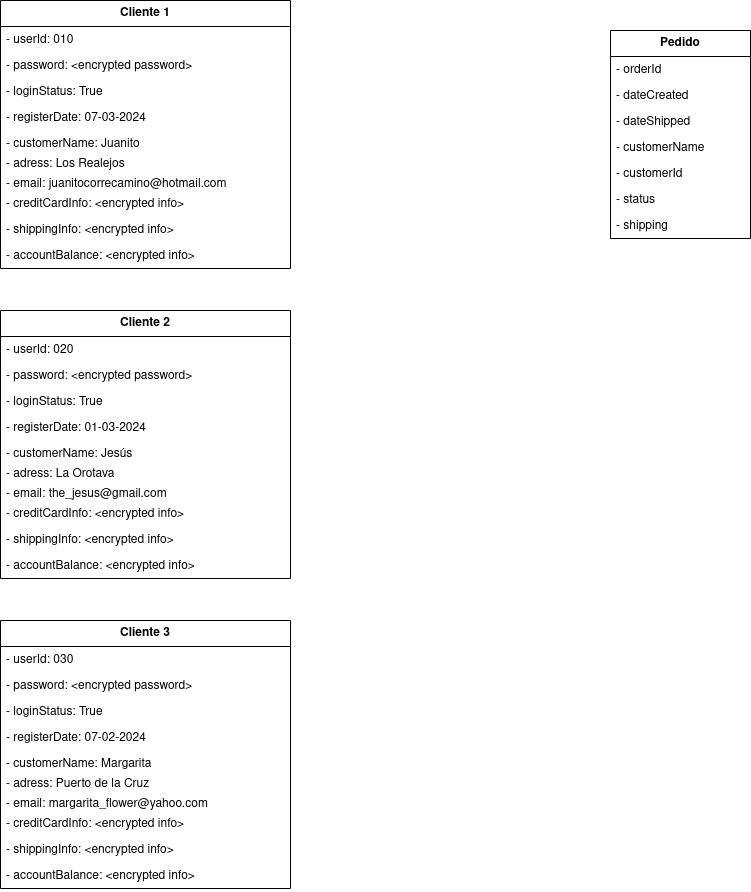
JesusLugo2002/ETS keeps this draw.io diagram as diagramas_objetos/modelo02/diagrama-objetos-modelo02.drawio.png. Above is the earlier version. Source tidied: cells renumbered, new cells last; positions are measured from the earlier drawing's top-left corner, leaving out a move shared by most shapes.
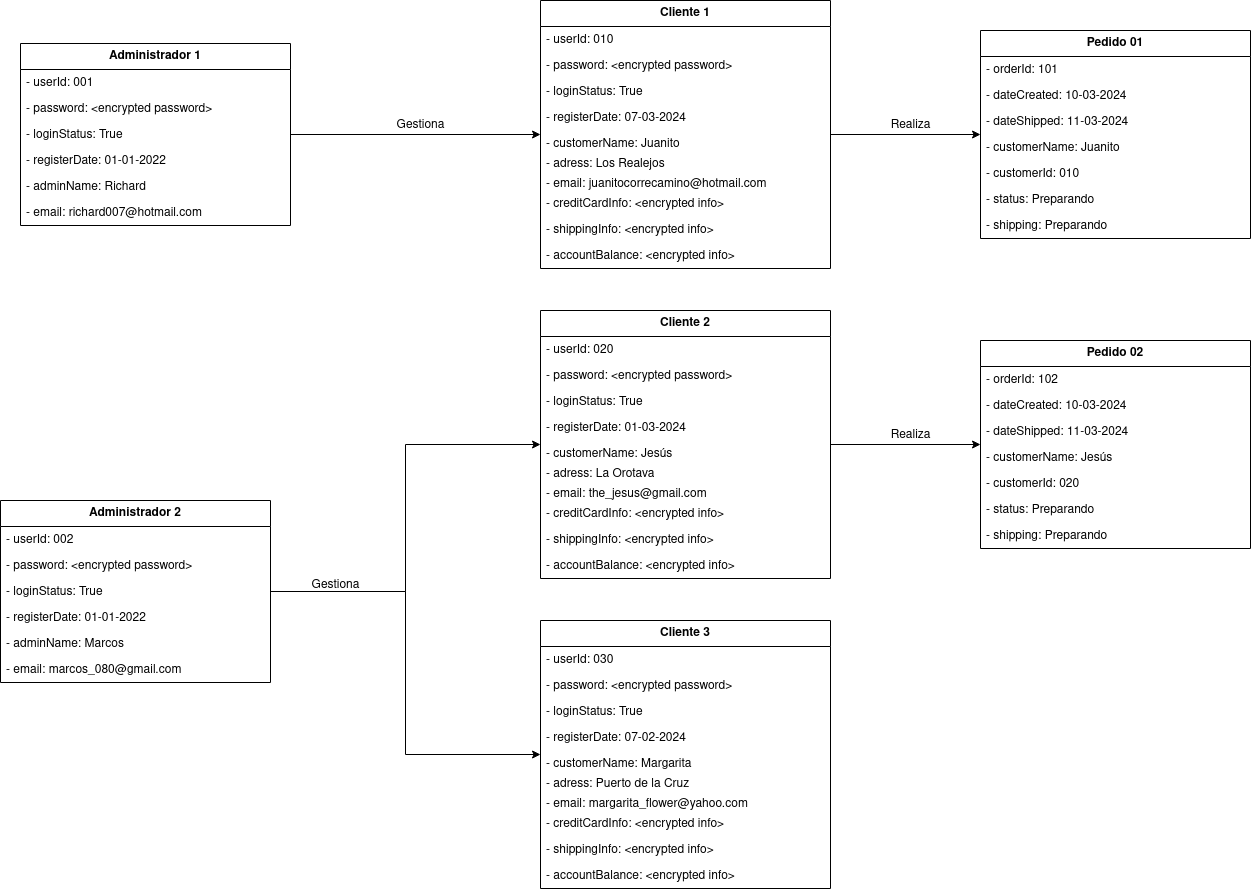
After the commit.

Diff of the diagram source:
```diff
@@ -2,6 +2,9 @@
   <root>
     <mxCell id="0" />
     <mxCell id="1" parent="0" />
+    <mxCell id="43" style="edgeStyle=orthogonalEdgeStyle;rounded=0;jettySize=auto;html=1;" parent="1" edge="1" source="2" target="13">
+      <mxGeometry relative="1" as="geometry" />
+    </mxCell>
     <mxCell id="2" value="&lt;b&gt;Cliente&lt;/b&gt; &lt;b&gt;1&lt;/b&gt;" style="swimlane;fontStyle=0;horizontal=1;startSize=26;fillColor=none;whiteSpace=wrap;html=1;" parent="1" vertex="1">
       <mxGeometry width="290" height="268" as="geometry" />
     </mxCell>
@@ -35,30 +38,33 @@
     <mxCell id="12" value="- accountBalance: &amp;lt;encrypted info&amp;gt;" style="text;strokeColor=none;fillColor=none;align=left;verticalAlign=top;spacingLeft=4;spacingRight=4;overflow=hidden;whiteSpace=wrap;html=1;" parent="2" vertex="1">
       <mxGeometry y="242" width="290" height="26" as="geometry" />
     </mxCell>
-    <mxCell id="13" value="&lt;b&gt;Pedido&lt;/b&gt;" style="swimlane;fontStyle=0;horizontal=1;startSize=26;fillColor=none;whiteSpace=wrap;html=1;" parent="1" vertex="1">
-      <mxGeometry x="610" y="30" width="140" height="208" as="geometry" />
+    <mxCell id="13" value="&lt;b&gt;Pedido&lt;/b&gt; &lt;b&gt;01&lt;/b&gt;" style="swimlane;fontStyle=0;horizontal=1;startSize=26;fillColor=none;whiteSpace=wrap;html=1;" parent="1" vertex="1">
+      <mxGeometry x="440" y="30" width="270" height="208" as="geometry" />
     </mxCell>
-    <mxCell id="14" value="- orderId" style="text;strokeColor=none;fillColor=none;align=left;verticalAlign=top;spacingLeft=4;spacingRight=4;overflow=hidden;whiteSpace=wrap;html=1;" parent="13" vertex="1">
-      <mxGeometry y="26" width="140" height="26" as="geometry" />
+    <mxCell id="14" value="- orderId: 101" style="text;strokeColor=none;fillColor=none;align=left;verticalAlign=top;spacingLeft=4;spacingRight=4;overflow=hidden;whiteSpace=wrap;html=1;" parent="13" vertex="1">
+      <mxGeometry y="26" width="270" height="26" as="geometry" />
     </mxCell>
-    <mxCell id="15" value="- dateCreated" style="text;strokeColor=none;fillColor=none;align=left;verticalAlign=top;spacingLeft=4;spacingRight=4;overflow=hidden;whiteSpace=wrap;html=1;" parent="13" vertex="1">
-      <mxGeometry y="52" width="140" height="26" as="geometry" />
+    <mxCell id="15" value="- dateCreated: 10-03-2024" style="text;strokeColor=none;fillColor=none;align=left;verticalAlign=top;spacingLeft=4;spacingRight=4;overflow=hidden;whiteSpace=wrap;html=1;" parent="13" vertex="1">
+      <mxGeometry y="52" width="270" height="26" as="geometry" />
     </mxCell>
-    <mxCell id="16" value="- dateShipped" style="text;strokeColor=none;fillColor=none;align=left;verticalAlign=top;spacingLeft=4;spacingRight=4;overflow=hidden;whiteSpace=wrap;html=1;" parent="13" vertex="1">
-      <mxGeometry y="78" width="140" height="26" as="geometry" />
+    <mxCell id="16" value="- dateShipped: 11-03-2024" style="text;strokeColor=none;fillColor=none;align=left;verticalAlign=top;spacingLeft=4;spacingRight=4;overflow=hidden;whiteSpace=wrap;html=1;" parent="13" vertex="1">
+      <mxGeometry y="78" width="270" height="26" as="geometry" />
     </mxCell>
-    <mxCell id="17" value="- customerName" style="text;strokeColor=none;fillColor=none;align=left;verticalAlign=top;spacingLeft=4;spacingRight=4;overflow=hidden;whiteSpace=wrap;html=1;" parent="13" vertex="1">
-      <mxGeometry y="104" width="140" height="26" as="geometry" />
+    <mxCell id="17" value="- customerName: Juanito" style="text;strokeColor=none;fillColor=none;align=left;verticalAlign=top;spacingLeft=4;spacingRight=4;overflow=hidden;whiteSpace=wrap;html=1;" parent="13" vertex="1">
+      <mxGeometry y="104" width="270" height="26" as="geometry" />
     </mxCell>
-    <mxCell id="18" value="- customerId" style="text;strokeColor=none;fillColor=none;align=left;verticalAlign=top;spacingLeft=4;spacingRight=4;overflow=hidden;whiteSpace=wrap;html=1;" parent="13" vertex="1">
-      <mxGeometry y="130" width="140" height="26" as="geometry" />
+    <mxCell id="18" value="- customerId: 010" style="text;strokeColor=none;fillColor=none;align=left;verticalAlign=top;spacingLeft=4;spacingRight=4;overflow=hidden;whiteSpace=wrap;html=1;" parent="13" vertex="1">
+      <mxGeometry y="130" width="270" height="26" as="geometry" />
     </mxCell>
-    <mxCell id="19" value="- status" style="text;strokeColor=none;fillColor=none;align=left;verticalAlign=top;spacingLeft=4;spacingRight=4;overflow=hidden;whiteSpace=wrap;html=1;" parent="13" vertex="1">
-      <mxGeometry y="156" width="140" height="26" as="geometry" />
+    <mxCell id="19" value="- status: Preparando" style="text;strokeColor=none;fillColor=none;align=left;verticalAlign=top;spacingLeft=4;spacingRight=4;overflow=hidden;whiteSpace=wrap;html=1;" parent="13" vertex="1">
+      <mxGeometry y="156" width="270" height="26" as="geometry" />
     </mxCell>
-    <mxCell id="20" value="- shipping" style="text;strokeColor=none;fillColor=none;align=left;verticalAlign=top;spacingLeft=4;spacingRight=4;overflow=hidden;whiteSpace=wrap;html=1;" parent="13" vertex="1">
-      <mxGeometry y="182" width="140" height="26" as="geometry" />
+    <mxCell id="20" value="- shipping: Preparando" style="text;strokeColor=none;fillColor=none;align=left;verticalAlign=top;spacingLeft=4;spacingRight=4;overflow=hidden;whiteSpace=wrap;html=1;" parent="13" vertex="1">
+      <mxGeometry y="182" width="270" height="26" as="geometry" />
     </mxCell>
+    <mxCell id="44" style="edgeStyle=orthogonalEdgeStyle;rounded=0;jettySize=auto;html=1;" parent="1" edge="1" source="21" target="45">
+      <mxGeometry relative="1" as="geometry" />
+    </mxCell>
     <mxCell id="21" value="&lt;b&gt;Cliente&lt;/b&gt; &lt;b&gt;2&lt;/b&gt;" style="swimlane;fontStyle=0;horizontal=1;startSize=26;fillColor=none;whiteSpace=wrap;html=1;" parent="1" vertex="1">
       <mxGeometry y="310" width="290" height="268" as="geometry" />
     </mxCell>
@@ -125,5 +131,92 @@
     <mxCell id="42" value="- accountBalance: &amp;lt;encrypted info&amp;gt;" style="text;strokeColor=none;fillColor=none;align=left;verticalAlign=top;spacingLeft=4;spacingRight=4;overflow=hidden;whiteSpace=wrap;html=1;" parent="32" vertex="1">
       <mxGeometry y="242" width="290" height="26" as="geometry" />
     </mxCell>
+    <mxCell id="45" value="&lt;b&gt;Pedido&lt;/b&gt; &lt;b&gt;02&lt;/b&gt;" style="swimlane;fontStyle=0;horizontal=1;startSize=26;fillColor=none;whiteSpace=wrap;html=1;" parent="1" vertex="1">
+      <mxGeometry x="440" y="340" width="270" height="208" as="geometry" />
+    </mxCell>
+    <mxCell id="46" value="- orderId: 102" style="text;strokeColor=none;fillColor=none;align=left;verticalAlign=top;spacingLeft=4;spacingRight=4;overflow=hidden;whiteSpace=wrap;html=1;" parent="45" vertex="1">
+      <mxGeometry y="26" width="270" height="26" as="geometry" />
+    </mxCell>
+    <mxCell id="47" value="- dateCreated: 10-03-2024" style="text;strokeColor=none;fillColor=none;align=left;verticalAlign=top;spacingLeft=4;spacingRight=4;overflow=hidden;whiteSpace=wrap;html=1;" parent="45" vertex="1">
+      <mxGeometry y="52" width="270" height="26" as="geometry" />
+    </mxCell>
+    <mxCell id="48" value="- dateShipped: 11-03-2024" style="text;strokeColor=none;fillColor=none;align=left;verticalAlign=top;spacingLeft=4;spacingRight=4;overflow=hidden;whiteSpace=wrap;html=1;" parent="45" vertex="1">
+      <mxGeometry y="78" width="270" height="26" as="geometry" />
+    </mxCell>
+    <mxCell id="49" value="- customerName: Jesús" style="text;strokeColor=none;fillColor=none;align=left;verticalAlign=top;spacingLeft=4;spacingRight=4;overflow=hidden;whiteSpace=wrap;html=1;" parent="45" vertex="1">
+      <mxGeometry y="104" width="270" height="26" as="geometry" />
+    </mxCell>
+    <mxCell id="50" value="- customerId: 020" style="text;strokeColor=none;fillColor=none;align=left;verticalAlign=top;spacingLeft=4;spacingRight=4;overflow=hidden;whiteSpace=wrap;html=1;" parent="45" vertex="1">
+      <mxGeometry y="130" width="270" height="26" as="geometry" />
+    </mxCell>
+    <mxCell id="51" value="- status: Preparando" style="text;strokeColor=none;fillColor=none;align=left;verticalAlign=top;spacingLeft=4;spacingRight=4;overflow=hidden;whiteSpace=wrap;html=1;" parent="45" vertex="1">
+      <mxGeometry y="156" width="270" height="26" as="geometry" />
+    </mxCell>
+    <mxCell id="52" value="- shipping: Preparando" style="text;strokeColor=none;fillColor=none;align=left;verticalAlign=top;spacingLeft=4;spacingRight=4;overflow=hidden;whiteSpace=wrap;html=1;" parent="45" vertex="1">
+      <mxGeometry y="182" width="270" height="26" as="geometry" />
+    </mxCell>
+    <mxCell id="53" value="Realiza" style="text;html=1;align=center;verticalAlign=middle;strokeColor=none;fillColor=none;" parent="1" vertex="1">
+      <mxGeometry x="340" y="110" width="60" height="30" as="geometry" />
+    </mxCell>
+    <mxCell id="54" value="Realiza" style="text;html=1;align=center;verticalAlign=middle;strokeColor=none;fillColor=none;" parent="1" vertex="1">
+      <mxGeometry x="340" y="420" width="60" height="30" as="geometry" />
+    </mxCell>
+    <mxCell id="55" style="edgeStyle=orthogonalEdgeStyle;rounded=0;jettySize=auto;html=1;" parent="1" edge="1" source="56" target="2">
+      <mxGeometry relative="1" as="geometry" />
+    </mxCell>
+    <mxCell id="56" value="&lt;b&gt;Administrador 1&lt;/b&gt;" style="swimlane;fontStyle=0;horizontal=1;startSize=26;fillColor=none;whiteSpace=wrap;html=1;" parent="1" vertex="1">
+      <mxGeometry x="-520" y="43" width="270" height="182" as="geometry" />
+    </mxCell>
+    <mxCell id="57" value="- userId: 001" style="text;strokeColor=none;fillColor=none;align=left;verticalAlign=top;spacingLeft=4;spacingRight=4;overflow=hidden;whiteSpace=wrap;html=1;" parent="56" vertex="1">
+      <mxGeometry y="26" width="270" height="26" as="geometry" />
+    </mxCell>
+    <mxCell id="58" value="- password: &amp;lt;encrypted password&amp;gt;" style="text;strokeColor=none;fillColor=none;align=left;verticalAlign=top;spacingLeft=4;spacingRight=4;overflow=hidden;whiteSpace=wrap;html=1;" parent="56" vertex="1">
+      <mxGeometry y="52" width="270" height="26" as="geometry" />
+    </mxCell>
+    <mxCell id="59" value="- loginStatus: True" style="text;strokeColor=none;fillColor=none;align=left;verticalAlign=top;spacingLeft=4;spacingRight=4;overflow=hidden;whiteSpace=wrap;html=1;" parent="56" vertex="1">
+      <mxGeometry y="78" width="270" height="26" as="geometry" />
+    </mxCell>
+    <mxCell id="60" value="- registerDate: 01-01-2022" style="text;strokeColor=none;fillColor=none;align=left;verticalAlign=top;spacingLeft=4;spacingRight=4;overflow=hidden;whiteSpace=wrap;html=1;" parent="56" vertex="1">
+      <mxGeometry y="104" width="270" height="26" as="geometry" />
+    </mxCell>
+    <mxCell id="61" value="- adminName: Richard" style="text;strokeColor=none;fillColor=none;align=left;verticalAlign=top;spacingLeft=4;spacingRight=4;overflow=hidden;whiteSpace=wrap;html=1;" parent="56" vertex="1">
+      <mxGeometry y="130" width="270" height="26" as="geometry" />
+    </mxCell>
+    <mxCell id="62" value="- email: richard007@hotmail.com" style="text;strokeColor=none;fillColor=none;align=left;verticalAlign=top;spacingLeft=4;spacingRight=4;overflow=hidden;whiteSpace=wrap;html=1;" parent="56" vertex="1">
+      <mxGeometry y="156" width="270" height="26" as="geometry" />
+    </mxCell>
+    <mxCell id="63" style="edgeStyle=orthogonalEdgeStyle;rounded=0;jettySize=auto;html=1;" parent="1" edge="1" source="65" target="21">
+      <mxGeometry relative="1" as="geometry" />
+    </mxCell>
+    <mxCell id="64" style="edgeStyle=orthogonalEdgeStyle;rounded=0;jettySize=auto;html=1;" parent="1" edge="1" source="65" target="32">
+      <mxGeometry relative="1" as="geometry" />
+    </mxCell>
+    <mxCell id="65" value="&lt;div&gt;&lt;b&gt;Administrador 2&lt;/b&gt;&lt;/div&gt;" style="swimlane;fontStyle=0;horizontal=1;startSize=26;fillColor=none;whiteSpace=wrap;html=1;" parent="1" vertex="1">
+      <mxGeometry x="-540" y="500" width="270" height="182" as="geometry" />
+    </mxCell>
+    <mxCell id="66" value="- userId: 002" style="text;strokeColor=none;fillColor=none;align=left;verticalAlign=top;spacingLeft=4;spacingRight=4;overflow=hidden;whiteSpace=wrap;html=1;" parent="65" vertex="1">
+      <mxGeometry y="26" width="270" height="26" as="geometry" />
+    </mxCell>
+    <mxCell id="67" value="- password: &amp;lt;encrypted password&amp;gt;" style="text;strokeColor=none;fillColor=none;align=left;verticalAlign=top;spacingLeft=4;spacingRight=4;overflow=hidden;whiteSpace=wrap;html=1;" parent="65" vertex="1">
+      <mxGeometry y="52" width="270" height="26" as="geometry" />
+    </mxCell>
+    <mxCell id="68" value="- loginStatus: True" style="text;strokeColor=none;fillColor=none;align=left;verticalAlign=top;spacingLeft=4;spacingRight=4;overflow=hidden;whiteSpace=wrap;html=1;" parent="65" vertex="1">
+      <mxGeometry y="78" width="270" height="26" as="geometry" />
+    </mxCell>
+    <mxCell id="69" value="- registerDate: 01-01-2022" style="text;strokeColor=none;fillColor=none;align=left;verticalAlign=top;spacingLeft=4;spacingRight=4;overflow=hidden;whiteSpace=wrap;html=1;" parent="65" vertex="1">
+      <mxGeometry y="104" width="270" height="26" as="geometry" />
+    </mxCell>
+    <mxCell id="70" value="- adminName: Marcos" style="text;strokeColor=none;fillColor=none;align=left;verticalAlign=top;spacingLeft=4;spacingRight=4;overflow=hidden;whiteSpace=wrap;html=1;" parent="65" vertex="1">
+      <mxGeometry y="130" width="270" height="26" as="geometry" />
+    </mxCell>
+    <mxCell id="71" value="- email: marcos_080@gmail.com" style="text;strokeColor=none;fillColor=none;align=left;verticalAlign=top;spacingLeft=4;spacingRight=4;overflow=hidden;whiteSpace=wrap;html=1;" parent="65" vertex="1">
+      <mxGeometry y="156" width="270" height="26" as="geometry" />
+    </mxCell>
+    <mxCell id="72" value="Gestiona" style="text;html=1;align=center;verticalAlign=middle;strokeColor=none;fillColor=none;" parent="1" vertex="1">
+      <mxGeometry x="-155" y="110" width="70" height="30" as="geometry" />
+    </mxCell>
+    <mxCell id="73" value="Gestiona" style="text;html=1;align=center;verticalAlign=middle;strokeColor=none;fillColor=none;" parent="1" vertex="1">
+      <mxGeometry x="-240" y="570" width="70" height="30" as="geometry" />
+    </mxCell>
   </root>
 </mxGraphModel>
```
